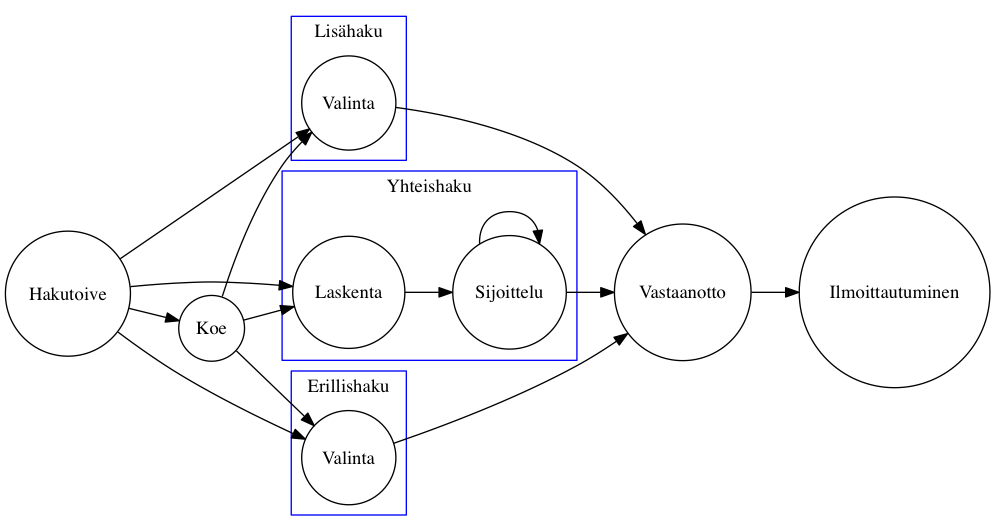
Opetushallitus/dokumentaatio keeps this Graphviz diagram as hakuprosessi.png. Above is the earlier version. Its source is kept beside it as hakuprosessi.dot. Source of this version:
```dot
digraph haku {
  rankdir=LR;
  node [shape = circle];
  Vastaanotto -> Ilmoittautuminen
  subgraph cluster_lisahaku {
      label="Lisähaku"
      color=blue
      VALINTA_y
  }
  subgraph cluster_erillishaku {
      label="Erillishaku"
      color=blue
      VALINTA_e
  }
  subgraph cluster_yhteishaku {
      label="Yhteishaku"
      color=blue
      Laskenta -> Sijoittelu
      Sijoittelu -> Sijoittelu
  }
  VALINTA_e -> Vastaanotto
  VALINTA_y -> Vastaanotto
  Sijoittelu -> Vastaanotto
  Hakutoive -> VALINTA_e
  Hakutoive -> VALINTA_y
  Hakutoive -> Laskenta
  Hakutoive -> Koe
  Koe -> Laskenta
  Koe -> VALINTA_e
  Koe -> VALINTA_y
  VALINTA_e[label="Valinta"]
  VALINTA_y[label="Valinta"]
}
```
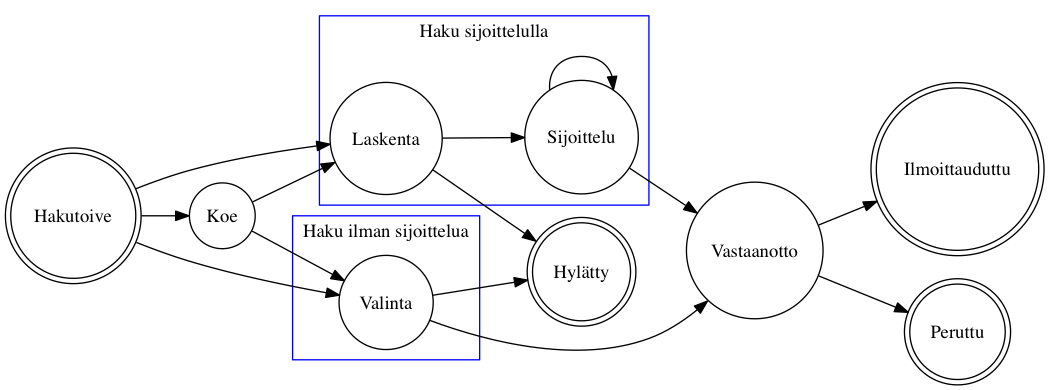
After the commit.

Change to the diagram source:
```diff
@@ -1,33 +1,31 @@
 digraph haku {
   rankdir=LR;
   node [shape = circle];
-  Vastaanotto -> Ilmoittautuminen
+  Vastaanotto -> Ilmoittauduttu
   subgraph cluster_lisahaku {
-      label="Lisähaku"
+      label="Haku ilman sijoittelua"
       color=blue
       VALINTA_y
   }
-  subgraph cluster_erillishaku {
-      label="Erillishaku"
-      color=blue
-      VALINTA_e
-  }
   subgraph cluster_yhteishaku {
-      label="Yhteishaku"
+      label="Haku sijoittelulla"
       color=blue
       Laskenta -> Sijoittelu
       Sijoittelu -> Sijoittelu
   }
-  VALINTA_e -> Vastaanotto
   VALINTA_y -> Vastaanotto
   Sijoittelu -> Vastaanotto
-  Hakutoive -> VALINTA_e
   Hakutoive -> VALINTA_y
   Hakutoive -> Laskenta
   Hakutoive -> Koe
   Koe -> Laskenta
-  Koe -> VALINTA_e
   Koe -> VALINTA_y
-  VALINTA_e[label="Valinta"]
   VALINTA_y[label="Valinta"]
+  VALINTA_y -> Hylätty
+  Laskenta -> Hylätty
+  Hakutoive[shape="doublecircle"]
+  Vastaanotto -> Peruttu
+  Ilmoittauduttu[shape="doublecircle"]
+  Peruttu[shape="doublecircle"]
+  Hylätty[shape="doublecircle"]
 }
```
